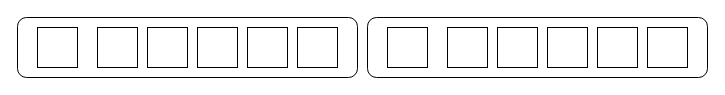
The draw.io diagram page "Page-2" (2 of 2) of Topologi baru 2023.drawio in papanara/playlist, before the edit. Source tidied: cells renumbered, new cells numbered last; positions are measured from the earlier drawing's top-left corner, leaving out a move shared by most shapes. Both pictures are drawn from the tidied source at 100%, with x=0, y=0 at pixel (17, 17).
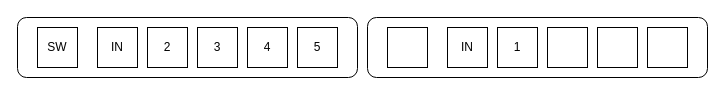
The same diagram, later.

What changed in the source:
```diff
@@
 <mxGraphModel>
   <root>
     <mxCell id="0" />
     <mxCell id="1" parent="0" />
     <mxCell id="2" style="group;" parent="1" vertex="1">
       <mxGeometry x="350" width="340" height="60" as="geometry" />
     </mxCell>
     <mxCell id="3" style="rounded=1;whiteSpace=wrap;html=1;" parent="2" vertex="1">
       <mxGeometry width="340" height="60" as="geometry" />
     </mxCell>
-    <mxCell id="4" style="whiteSpace=wrap;html=1;" parent="2" vertex="1">
+    <mxCell id="4" value="IN" style="whiteSpace=wrap;html=1;" parent="2" vertex="1">
       <mxGeometry x="80" y="10" width="40" height="40" as="geometry" />
     </mxCell>
-    <mxCell id="5" style="whiteSpace=wrap;html=1;" parent="2" vertex="1">
+    <mxCell id="5" value="1" style="whiteSpace=wrap;html=1;" parent="2" vertex="1">
       <mxGeometry x="130" y="10" width="40" height="40" as="geometry" />
     </mxCell>
     <mxCell id="6" style="whiteSpace=wrap;html=1;" parent="2" vertex="1">
       <mxGeometry x="230" y="10" width="40" height="40" as="geometry" />
     </mxCell>
     <mxCell id="7" style="whiteSpace=wrap;html=1;" parent="2" vertex="1">
       <mxGeometry x="180" y="10" width="40" height="40" as="geometry" />
     </mxCell>
     <mxCell id="8" style="whiteSpace=wrap;html=1;" parent="2" vertex="1">
       <mxGeometry x="280" y="10" width="40" height="40" as="geometry" />
     </mxCell>
     <mxCell id="9" style="whiteSpace=wrap;html=1;" parent="2" vertex="1">
       <mxGeometry x="20" y="10" width="40" height="40" as="geometry" />
     </mxCell>
     <mxCell id="10" style="group;" parent="1" vertex="1">
       <mxGeometry width="340" height="60" as="geometry" />
     </mxCell>
     <mxCell id="11" style="rounded=1;whiteSpace=wrap;html=1;" parent="10" vertex="1">
       <mxGeometry width="340" height="60" as="geometry" />
     </mxCell>
-    <mxCell id="12" style="whiteSpace=wrap;html=1;" parent="10" vertex="1">
+    <mxCell id="12" value="IN" style="whiteSpace=wrap;html=1;" parent="10" vertex="1">
       <mxGeometry x="80" y="10" width="40" height="40" as="geometry" />
     </mxCell>
-    <mxCell id="13" style="whiteSpace=wrap;html=1;" parent="10" vertex="1">
+    <mxCell id="13" value="2" style="whiteSpace=wrap;html=1;" parent="10" vertex="1">
       <mxGeometry x="130" y="10" width="40" height="40" as="geometry" />
     </mxCell>
-    <mxCell id="14" style="whiteSpace=wrap;html=1;" parent="10" vertex="1">
+    <mxCell id="14" value="4" style="whiteSpace=wrap;html=1;" parent="10" vertex="1">
       <mxGeometry x="230" y="10" width="40" height="40" as="geometry" />
     </mxCell>
-    <mxCell id="15" style="whiteSpace=wrap;html=1;" parent="10" vertex="1">
+    <mxCell id="15" value="3" style="whiteSpace=wrap;html=1;" parent="10" vertex="1">
       <mxGeometry x="180" y="10" width="40" height="40" as="geometry" />
     </mxCell>
-    <mxCell id="16" style="whiteSpace=wrap;html=1;" parent="10" vertex="1">
+    <mxCell id="16" value="5" style="whiteSpace=wrap;html=1;" parent="10" vertex="1">
       <mxGeometry x="280" y="10" width="40" height="40" as="geometry" />
     </mxCell>
-    <mxCell id="17" style="whiteSpace=wrap;html=1;" parent="10" vertex="1">
+    <mxCell id="17" value="SW" style="whiteSpace=wrap;html=1;" parent="10" vertex="1">
       <mxGeometry x="20" y="10" width="40" height="40" as="geometry" />
     </mxCell>
   </root>
 </mxGraphModel>
```
